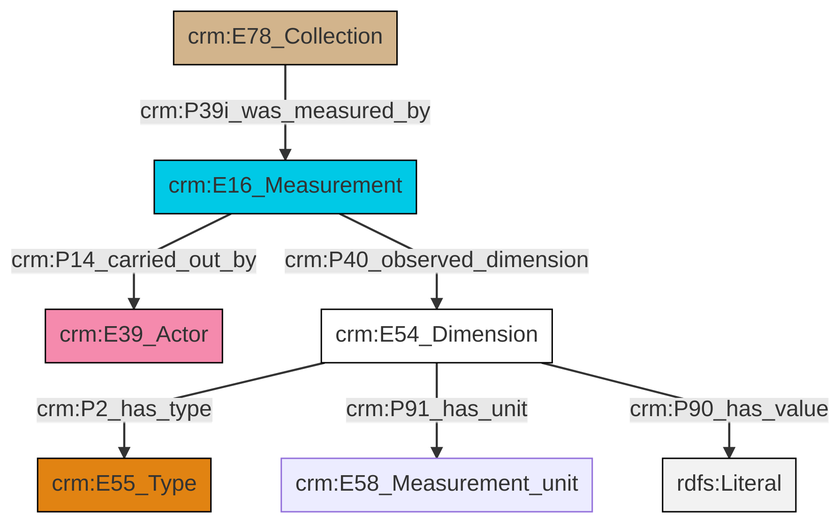
Above: et/archivalCSV/ttl/mmd/png/archival_substance.png in swiss-art-research-net/docs.swissartresearch (Mermaid), before the change. Its source is kept beside it as et/archivalCSV/ttl/mmd/archival_substance.ttl.mmd.
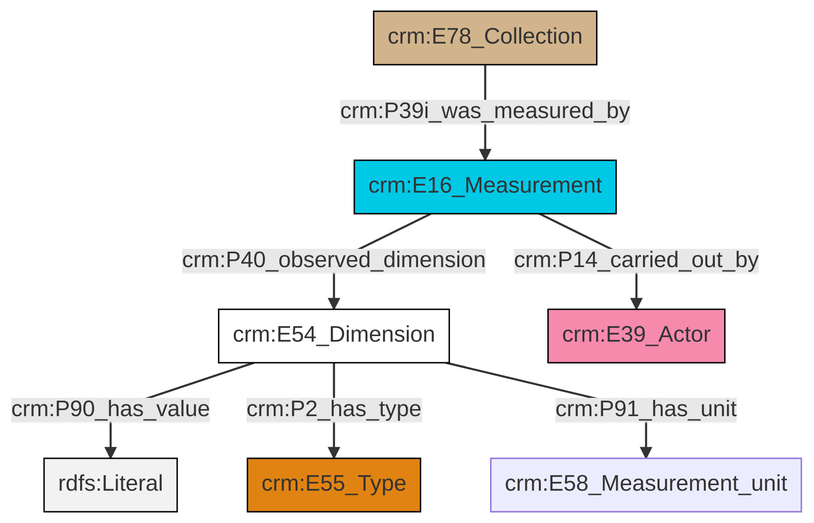
The same diagram one commit later.

The edit, as a diff of the source:
```diff
@@ -13,9 +13,9 @@
 classDef PC_Classes fill:#4ce600, stroke:#000000;
 classDef Multi fill:#cccccc,stroke:#000000;
 
-8["crm:E78_Collection"]:::Physical_Thing -->|crm:P39i_was_measured_by| 2["crm:E16_Measurement"]:::Temporal_Entity
-2["crm:E16_Measurement"]:::Temporal_Entity -->|crm:P40_observed_dimension| 6["crm:E54_Dimension"]:::CRM_Entity
-2["crm:E16_Measurement"]:::Temporal_Entity -->|crm:P14_carried_out_by| 4["crm:E39_Actor"]:::Actor
-6["crm:E54_Dimension"]:::CRM_Entity -->|crm:P2_has_type| 10["crm:E55_Type"]:::Type
-6["crm:E54_Dimension"]:::CRM_Entity -->|crm:P91_has_unit| 0["crm:E58_Measurement_unit"]:::Default
-6["crm:E54_Dimension"]:::CRM_Entity -->|crm:P90_has_value| 12[rdfs:Literal]:::Literal
+0["crm:E54_Dimension"]:::CRM_Entity -->|crm:P90_has_value| 1[rdfs:Literal]:::Literal
+0["crm:E54_Dimension"]:::CRM_Entity -->|crm:P2_has_type| 2["crm:E55_Type"]:::Type
+5["crm:E16_Measurement"]:::Temporal_Entity -->|crm:P40_observed_dimension| 0["crm:E54_Dimension"]:::CRM_Entity
+0["crm:E54_Dimension"]:::CRM_Entity -->|crm:P91_has_unit| 6["crm:E58_Measurement_unit"]:::Default
+5["crm:E16_Measurement"]:::Temporal_Entity -->|crm:P14_carried_out_by| 3["crm:E39_Actor"]:::Actor
+8["crm:E78_Collection"]:::Physical_Thing -->|crm:P39i_was_measured_by| 5["crm:E16_Measurement"]:::Temporal_Entity
```
